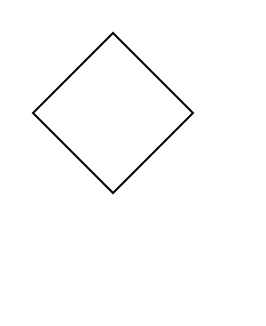
HoshinoIsumi/Papers keeps this draw.io diagram as 未命名绘图.drawio. Above is the earlier version. Source tidied: cells renumbered, new cells numbered last; positions are measured from the earlier drawing's top-left corner, leaving out a move shared by most shapes. Both pictures are drawn from the tidied source at 200%, with x=0, y=0 at pixel (32, 32).
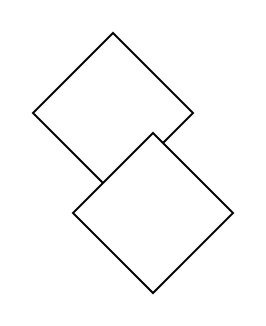
The same diagram, later.

Commit message (it also covers changes not shown here):
更新未命名绘图.drawio

What changed in the source:
```diff
@@
 <mxGraphModel>
   <root>
     <mxCell id="0" />
     <mxCell id="1" parent="0" />
     <mxCell id="2" style="rhombus;whiteSpace=wrap;html=1;" parent="1" vertex="1">
       <mxGeometry width="80" height="80" as="geometry" />
     </mxCell>
+    <mxCell id="3" style="rhombus;whiteSpace=wrap;html=1;" parent="1" vertex="1">
+      <mxGeometry x="20" y="50" width="80" height="80" as="geometry" />
+    </mxCell>
   </root>
 </mxGraphModel>
```
